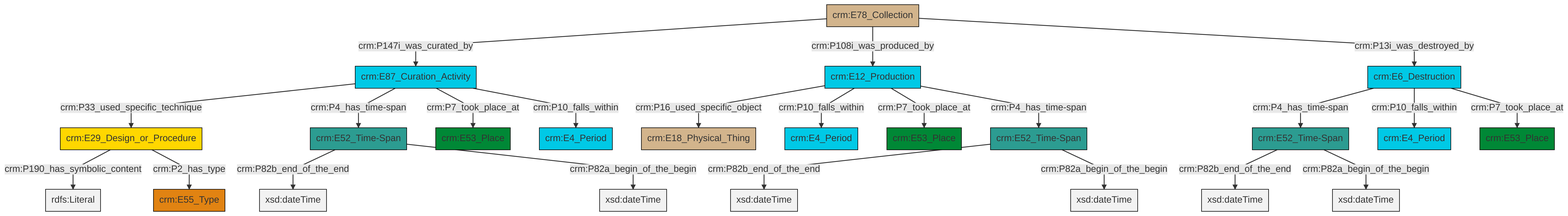
This is et/archivalCSV/ttl/mmd/png/archival_existence.png from swiss-art-research-net/docs.swissartresearch, a Mermaid export, as it was before one commit. Its source is kept beside it as et/archivalCSV/ttl/mmd/archival_existence.ttl.mmd.
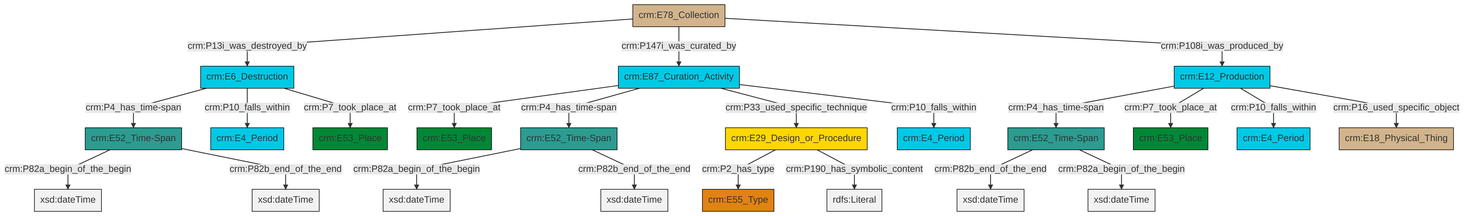
Above is the later version.

Diff of the diagram source:
```diff
@@ -13,25 +13,25 @@
 classDef PC_Classes fill:#4ce600, stroke:#000000;
 classDef Multi fill:#cccccc,stroke:#000000;
 
-0["crm:E6_Destruction"]:::Temporal_Entity -->|crm:P4_has_time-span| 1["crm:E52_Time-Span"]:::Time-Span
-2["crm:E87_Curation_Activity"]:::Temporal_Entity -->|crm:P33_used_specific_technique| 3["crm:E29_Design_or_Procedure"]:::Conceptual_Object
-4["crm:E12_Production"]:::Temporal_Entity -->|crm:P16_used_specific_object| 5["crm:E18_Physical_Thing"]:::Physical_Thing
-8["crm:E78_Collection"]:::Physical_Thing -->|crm:P147i_was_curated_by| 2["crm:E87_Curation_Activity"]:::Temporal_Entity
-2["crm:E87_Curation_Activity"]:::Temporal_Entity -->|crm:P4_has_time-span| 9["crm:E52_Time-Span"]:::Time-Span
-3["crm:E29_Design_or_Procedure"]:::Conceptual_Object -->|crm:P190_has_symbolic_content| 10[rdfs:Literal]:::Literal
-2["crm:E87_Curation_Activity"]:::Temporal_Entity -->|crm:P7_took_place_at| 13["crm:E53_Place"]:::Place
-0["crm:E6_Destruction"]:::Temporal_Entity -->|crm:P10_falls_within| 24["crm:E4_Period"]:::Temporal_Entity
-9["crm:E52_Time-Span"]:::Time-Span -->|crm:P82b_end_of_the_end| 26[xsd:dateTime]:::Literal
-4["crm:E12_Production"]:::Temporal_Entity -->|crm:P10_falls_within| 6["crm:E4_Period"]:::Temporal_Entity
-4["crm:E12_Production"]:::Temporal_Entity -->|crm:P7_took_place_at| 19["crm:E53_Place"]:::Place
-1["crm:E52_Time-Span"]:::Time-Span -->|crm:P82b_end_of_the_end| 29[xsd:dateTime]:::Literal
-30["crm:E52_Time-Span"]:::Time-Span -->|crm:P82b_end_of_the_end| 31[xsd:dateTime]:::Literal
-8["crm:E78_Collection"]:::Physical_Thing -->|crm:P108i_was_produced_by| 4["crm:E12_Production"]:::Temporal_Entity
-8["crm:E78_Collection"]:::Physical_Thing -->|crm:P13i_was_destroyed_by| 0["crm:E6_Destruction"]:::Temporal_Entity
-9["crm:E52_Time-Span"]:::Time-Span -->|crm:P82a_begin_of_the_begin| 34[xsd:dateTime]:::Literal
-1["crm:E52_Time-Span"]:::Time-Span -->|crm:P82a_begin_of_the_begin| 35[xsd:dateTime]:::Literal
-4["crm:E12_Production"]:::Temporal_Entity -->|crm:P4_has_time-span| 30["crm:E52_Time-Span"]:::Time-Span
-3["crm:E29_Design_or_Procedure"]:::Conceptual_Object -->|crm:P2_has_type| 14["crm:E55_Type"]:::Type
-0["crm:E6_Destruction"]:::Temporal_Entity -->|crm:P7_took_place_at| 21["crm:E53_Place"]:::Place
-30["crm:E52_Time-Span"]:::Time-Span -->|crm:P82a_begin_of_the_begin| 38[xsd:dateTime]:::Literal
-2["crm:E87_Curation_Activity"]:::Temporal_Entity -->|crm:P10_falls_within| 17["crm:E4_Period"]:::Temporal_Entity
+2["crm:E78_Collection"]:::Physical_Thing -->|crm:P13i_was_destroyed_by| 3["crm:E6_Destruction"]:::Temporal_Entity
+3["crm:E6_Destruction"]:::Temporal_Entity -->|crm:P4_has_time-span| 4["crm:E52_Time-Span"]:::Time-Span
+2["crm:E78_Collection"]:::Physical_Thing -->|crm:P147i_was_curated_by| 5["crm:E87_Curation_Activity"]:::Temporal_Entity
+5["crm:E87_Curation_Activity"]:::Temporal_Entity -->|crm:P7_took_place_at| 6["crm:E53_Place"]:::Place
+9["crm:E52_Time-Span"]:::Time-Span -->|crm:P82b_end_of_the_end| 10[xsd:dateTime]:::Literal
+14["crm:E52_Time-Span"]:::Time-Span -->|crm:P82a_begin_of_the_begin| 15[xsd:dateTime]:::Literal
+5["crm:E87_Curation_Activity"]:::Temporal_Entity -->|crm:P4_has_time-span| 14["crm:E52_Time-Span"]:::Time-Span
+17["crm:E12_Production"]:::Temporal_Entity -->|crm:P4_has_time-span| 9["crm:E52_Time-Span"]:::Time-Span
+2["crm:E78_Collection"]:::Physical_Thing -->|crm:P108i_was_produced_by| 17["crm:E12_Production"]:::Temporal_Entity
+3["crm:E6_Destruction"]:::Temporal_Entity -->|crm:P10_falls_within| 18["crm:E4_Period"]:::Temporal_Entity
+17["crm:E12_Production"]:::Temporal_Entity -->|crm:P7_took_place_at| 19["crm:E53_Place"]:::Place
+9["crm:E52_Time-Span"]:::Time-Span -->|crm:P82a_begin_of_the_begin| 21[xsd:dateTime]:::Literal
+4["crm:E52_Time-Span"]:::Time-Span -->|crm:P82a_begin_of_the_begin| 23[xsd:dateTime]:::Literal
+5["crm:E87_Curation_Activity"]:::Temporal_Entity -->|crm:P33_used_specific_technique| 26["crm:E29_Design_or_Procedure"]:::Conceptual_Object
+14["crm:E52_Time-Span"]:::Time-Span -->|crm:P82b_end_of_the_end| 27[xsd:dateTime]:::Literal
+26["crm:E29_Design_or_Procedure"]:::Conceptual_Object -->|crm:P2_has_type| 29["crm:E55_Type"]:::Type
+3["crm:E6_Destruction"]:::Temporal_Entity -->|crm:P7_took_place_at| 7["crm:E53_Place"]:::Place
+4["crm:E52_Time-Span"]:::Time-Span -->|crm:P82b_end_of_the_end| 30[xsd:dateTime]:::Literal
+5["crm:E87_Curation_Activity"]:::Temporal_Entity -->|crm:P10_falls_within| 12["crm:E4_Period"]:::Temporal_Entity
+17["crm:E12_Production"]:::Temporal_Entity -->|crm:P10_falls_within| 24["crm:E4_Period"]:::Temporal_Entity
+17["crm:E12_Production"]:::Temporal_Entity -->|crm:P16_used_specific_object| 0["crm:E18_Physical_Thing"]:::Physical_Thing
+26["crm:E29_Design_or_Procedure"]:::Conceptual_Object -->|crm:P190_has_symbolic_content| 37[rdfs:Literal]:::Literal
```
